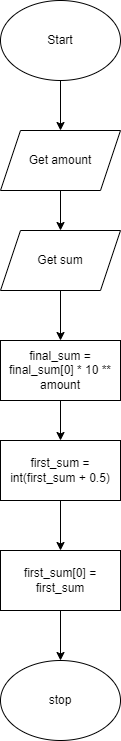
Above: flowchart.png in Huzaifa-Khalid-2/ICS3U-Unit5-06-Python (draw.io), before the change. Source tidied: cells renumbered, new cells last; positions are measured from the earlier drawing's top-left corner, leaving out a move shared by most shapes.
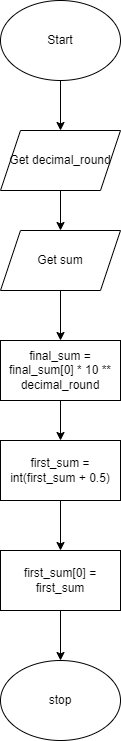
After the commit.

What changed in the source:
```diff
@@ -13,7 +13,7 @@
         <mxPoint x="60" y="230" as="targetPoint" />
       </mxGeometry>
     </mxCell>
-    <mxCell id="5" value="Get amount" style="shape=parallelogram;perimeter=parallelogramPerimeter;whiteSpace=wrap;html=1;fixedSize=1;" parent="1" vertex="1">
+    <mxCell id="5" value="Get decimal_round" style="shape=parallelogram;perimeter=parallelogramPerimeter;whiteSpace=wrap;html=1;fixedSize=1;" parent="1" vertex="1">
       <mxGeometry y="130" width="120" height="60" as="geometry" />
     </mxCell>
     <mxCell id="6" style="edgeStyle=none;html=1;" parent="1" edge="1" source="7">
@@ -21,7 +21,7 @@
         <mxPoint x="60" y="440" as="targetPoint" />
       </mxGeometry>
     </mxCell>
-    <mxCell id="7" value="final_sum = final_sum[0] * 10 ** amount" style="rounded=0;whiteSpace=wrap;html=1;" parent="1" vertex="1">
+    <mxCell id="7" value="final_sum = final_sum[0] * 10 ** decimal_round" style="rounded=0;whiteSpace=wrap;html=1;" parent="1" vertex="1">
       <mxGeometry y="340" width="120" height="60" as="geometry" />
     </mxCell>
     <mxCell id="8" style="edgeStyle=none;html=1;" parent="1" edge="1" source="9">
```
